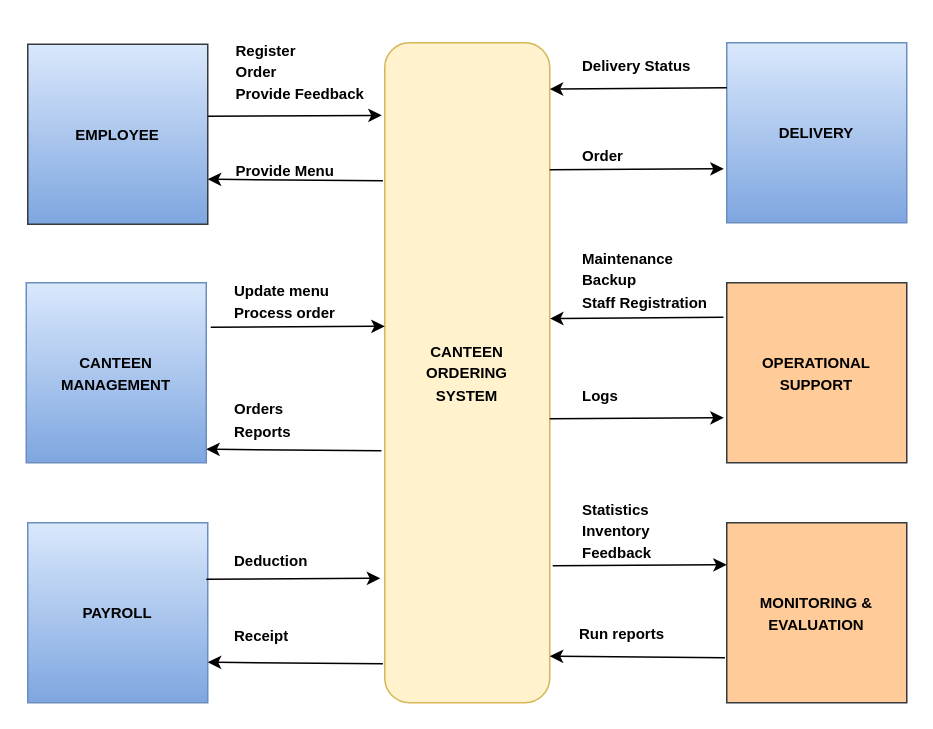
The draw.io diagram page "Context Diagram" (3 of 5) of canteen_management.drawio in ysebega/ysebega, before the edit. Source tidied: cells renumbered, new cells numbered last; positions are measured from the earlier drawing's top-left corner, leaving out a move shared by most shapes. Both pictures are drawn from the tidied source at 150%, with x=0, y=0 at pixel (26, 26).
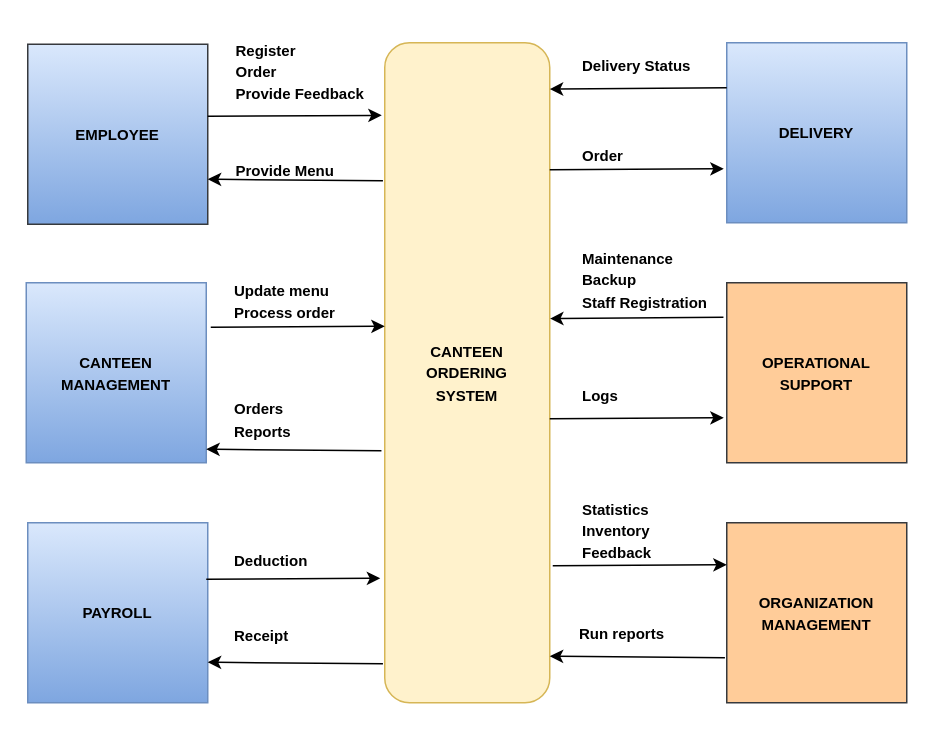
The same diagram, later.

Diff of the diagram source:
```diff
@@
-    <mxCell id="28" value="&lt;b&gt;&lt;font style=&quot;font-size: 10px;&quot;&gt;MONITORING &amp;amp; EVALUATION&lt;/font&gt;&lt;/b&gt;" style="whiteSpace=wrap;html=1;fillColor=#ffcc99;strokeColor=#36393d;" parent="1" vertex="1">
+    <mxCell id="28" value="&lt;b&gt;&lt;font style=&quot;font-size: 10px;&quot;&gt;ORGANIZATION MANAGEMENT&lt;/font&gt;&lt;/b&gt;" style="whiteSpace=wrap;html=1;fillColor=#ffcc99;strokeColor=#36393d;" parent="1" vertex="1">
       <mxGeometry x="467" y="331" width="120" height="120" as="geometry" />
     </mxCell>
```
